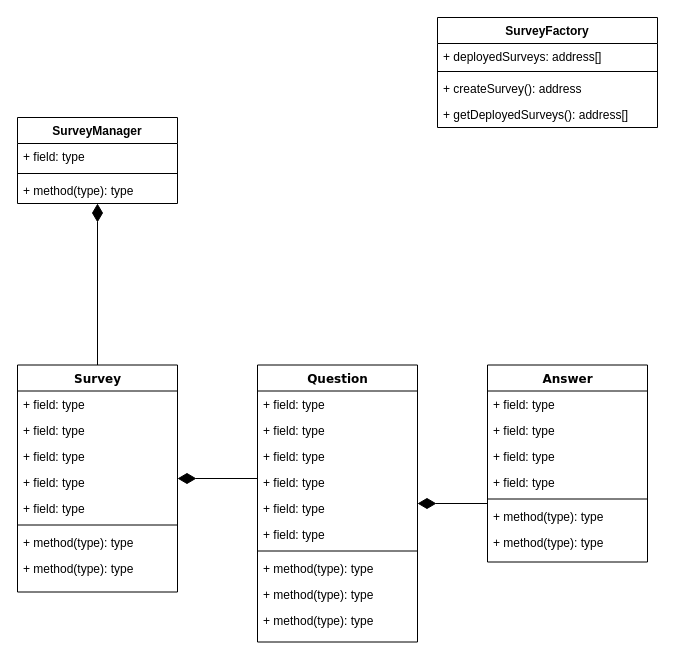
The draw.io diagram tps_smart_contracts.drawio in sebschre/tamper-proof_surveys, before the edit. Source tidied: cells renumbered, new cells numbered last; positions are measured from the earlier drawing's top-left corner, leaving out a move shared by most shapes. Both pictures are drawn from the tidied source at 100%, with x=0, y=0 at pixel (17, 17).
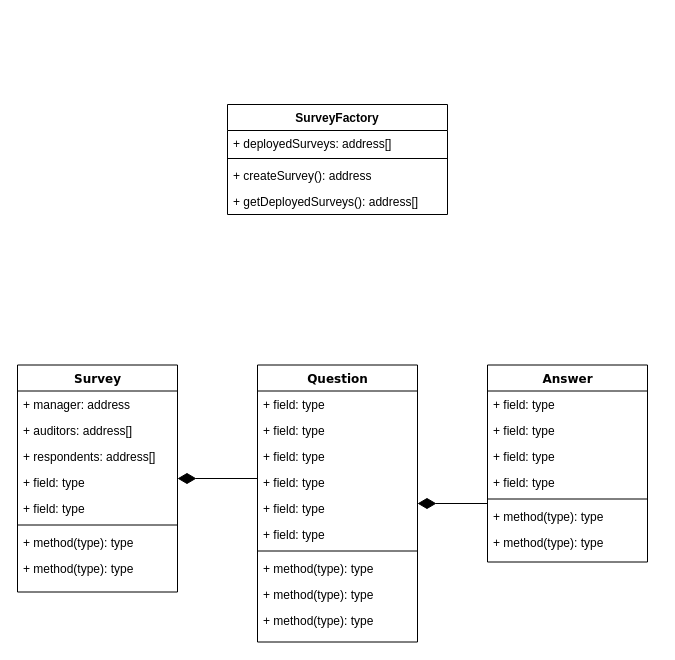
The same page after the edit.

The change refers to these unchanged cells:
```xml
<mxCell id="3" value="Survey" style="swimlane;html=1;fontStyle=1;align=center;verticalAlign=top;horizontal=1;startSize=26;swimlaneFillColor=#ffffff;rounded=0;shadow=0;comic=0;labelBackgroundColor=none;strokeColor=#000000;strokeWidth=1;fillColor=none;fontFamily=Verdana;fontSize=12;fontColor=#000000;" parent="1" vertex="1">
  <mxGeometry y="347.5" width="160" height="227" as="geometry" />
</mxCell>
```

Diff of the diagram source:
```diff
@@
-    <mxCell id="2" style="edgeStyle=orthogonalEdgeStyle;rounded=0;jettySize=auto;html=1;exitX=0.5;exitY=0;exitDx=0;exitDy=0;startArrow=none;startFill=0;startSize=16;endArrow=diamondThin;endFill=1;endSize=16;" parent="1" edge="1" source="3" target="33">
-      <mxGeometry relative="1" as="geometry" />
-    </mxCell>
@@
-    <mxCell id="4" value="+ field: type" style="text;html=1;strokeColor=none;fillColor=none;align=left;verticalAlign=top;spacingLeft=4;spacingRight=4;whiteSpace=wrap;overflow=hidden;" parent="3" vertex="1">
+    <mxCell id="4" value="+ manager: address&lt;br&gt;" style="text;html=1;strokeColor=none;fillColor=none;align=left;verticalAlign=top;spacingLeft=4;spacingRight=4;whiteSpace=wrap;overflow=hidden;" parent="3" vertex="1">
       <mxGeometry y="26" width="160" height="26" as="geometry" />
     </mxCell>
-    <mxCell id="5" value="+ field: type" style="text;html=1;strokeColor=none;fillColor=none;align=left;verticalAlign=top;spacingLeft=4;spacingRight=4;whiteSpace=wrap;overflow=hidden;" parent="3" vertex="1">
+    <mxCell id="5" value="+ auditors: address[]" style="text;html=1;strokeColor=none;fillColor=none;align=left;verticalAlign=top;spacingLeft=4;spacingRight=4;whiteSpace=wrap;overflow=hidden;" parent="3" vertex="1">
       <mxGeometry y="52" width="160" height="26" as="geometry" />
     </mxCell>
-    <mxCell id="6" value="+ field: type" style="text;html=1;strokeColor=none;fillColor=none;align=left;verticalAlign=top;spacingLeft=4;spacingRight=4;whiteSpace=wrap;overflow=hidden;" parent="3" vertex="1">
+    <mxCell id="6" value="+ respondents: address[]" style="text;html=1;strokeColor=none;fillColor=none;align=left;verticalAlign=top;spacingLeft=4;spacingRight=4;whiteSpace=wrap;overflow=hidden;" parent="3" vertex="1">
       <mxGeometry y="78" width="160" height="26" as="geometry" />
     </mxCell>
@@
-    <mxCell id="33" value="SurveyManager" style="swimlane;fontStyle=1;align=center;verticalAlign=top;horizontal=1;startSize=26;" parent="1" vertex="1">
-      <mxGeometry y="100" width="160" height="86" as="geometry" />
-    </mxCell>
-    <mxCell id="34" value="+ field: type" style="text;strokeColor=none;fillColor=none;align=left;verticalAlign=top;spacingLeft=4;spacingRight=4;overflow=hidden;" parent="33" vertex="1">
-      <mxGeometry y="26" width="160" height="26" as="geometry" />
-    </mxCell>
-    <mxCell id="35" style="line;strokeWidth=1;fillColor=none;align=left;verticalAlign=middle;spacingTop=-1;spacingLeft=3;spacingRight=3;labelPosition=right;" parent="33" vertex="1">
-      <mxGeometry y="52" width="160" height="8" as="geometry" />
-    </mxCell>
-    <mxCell id="36" value="+ method(type): type" style="text;strokeColor=none;fillColor=none;align=left;verticalAlign=top;spacingLeft=4;spacingRight=4;overflow=hidden;" parent="33" vertex="1">
-      <mxGeometry y="60" width="160" height="26" as="geometry" />
-    </mxCell>
     <mxCell id="37" value="SurveyFactory" style="swimlane;fontStyle=1;align=center;verticalAlign=top;horizontal=1;startSize=26;" parent="1" vertex="1">
-      <mxGeometry x="420" width="220" height="110" as="geometry" />
+      <mxGeometry x="210" y="87" width="220" height="110" as="geometry" />
     </mxCell>
```
